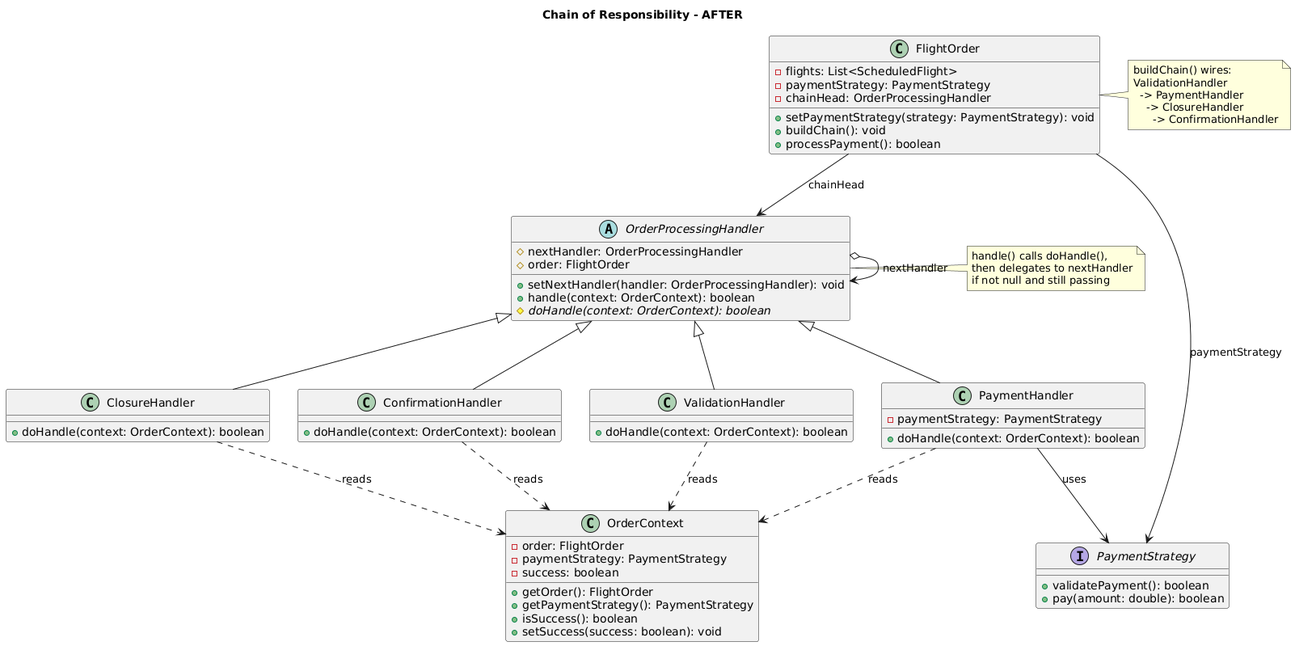
Kriti1908/Reservation-System-Starter keeps this PlantUML diagram as docs/Command/After.png. Above is the earlier version.
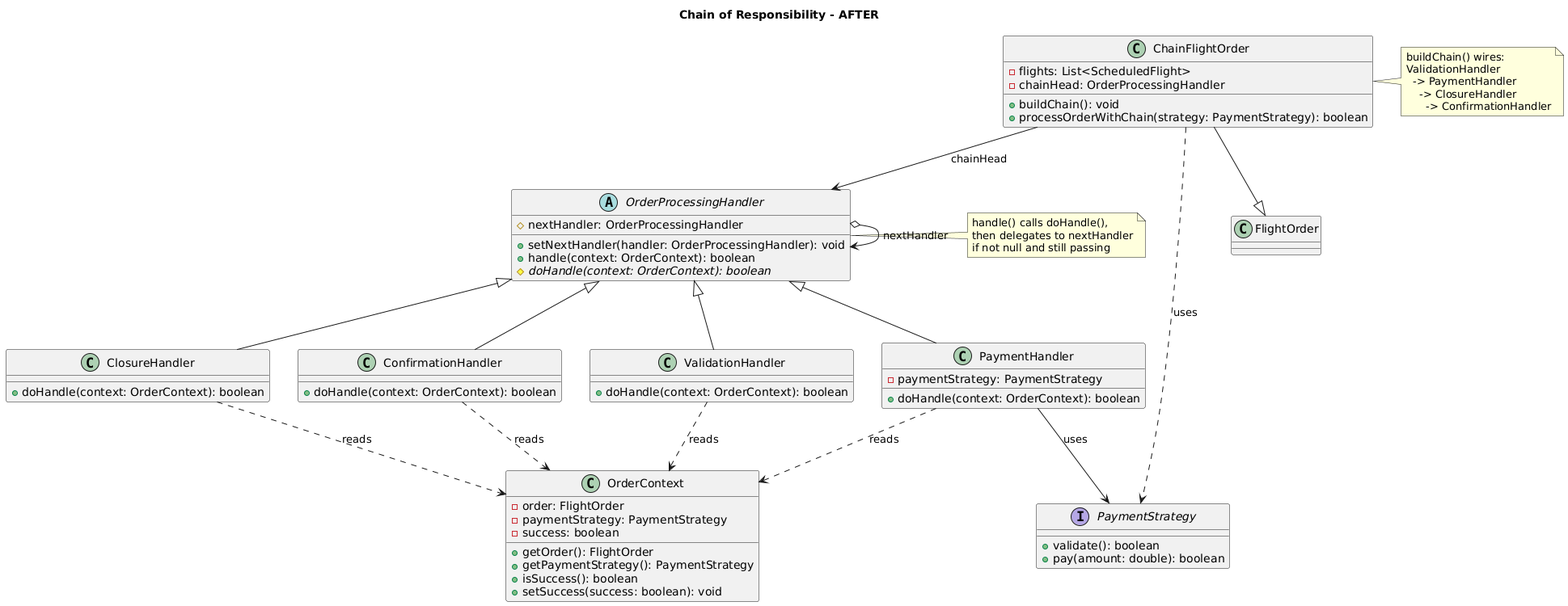
After the change.

Change to the diagram source:
```diff
@@ -3,7 +3,6 @@
 
 abstract class OrderProcessingHandler {
     # nextHandler: OrderProcessingHandler
-    # order: FlightOrder
     + setNextHandler(handler: OrderProcessingHandler): void
     + handle(context: OrderContext): boolean
     # {abstract} doHandle(context: OrderContext): boolean
@@ -36,17 +35,15 @@
     + setSuccess(success: boolean): void
 }
 
-class FlightOrder {
+class ChainFlightOrder {
     - flights: List<ScheduledFlight>
-    - paymentStrategy: PaymentStrategy
     - chainHead: OrderProcessingHandler
-    + setPaymentStrategy(strategy: PaymentStrategy): void
     + buildChain(): void
-    + processPayment(): boolean
+    + processOrderWithChain(strategy: PaymentStrategy): boolean
 }
 
 interface PaymentStrategy {
-    + validatePayment(): boolean
+    + validate(): boolean
     + pay(amount: double): boolean
 }
 
@@ -57,8 +54,9 @@
 
 OrderProcessingHandler o--> OrderProcessingHandler : nextHandler
 
-FlightOrder --> OrderProcessingHandler : chainHead
-FlightOrder --> PaymentStrategy : paymentStrategy
+ChainFlightOrder --> OrderProcessingHandler : chainHead
+ChainFlightOrder --|> FlightOrder
+ChainFlightOrder ..> PaymentStrategy : uses
 
 PaymentHandler --> PaymentStrategy : uses
 ValidationHandler ..> OrderContext : reads
@@ -66,7 +64,7 @@
 ClosureHandler ..> OrderContext : reads
 ConfirmationHandler ..> OrderContext : reads
 
-note right of FlightOrder
+note right of ChainFlightOrder
   buildChain() wires:
   ValidationHandler
     -> PaymentHandler
```
